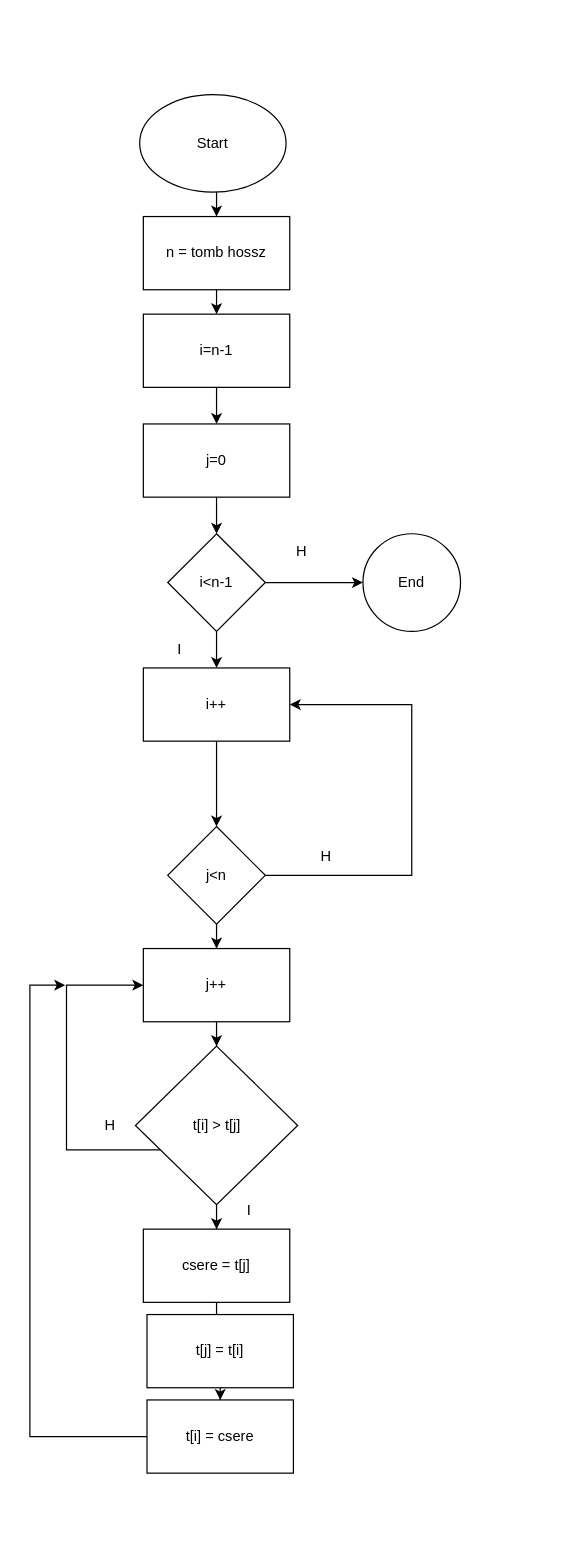
Above: Csere.drawio in Dani-frog/ada (draw.io), before the change. Source tidied: cells renumbered, new cells numbered last; positions are measured from the earlier drawing's top-left corner, leaving out a move shared by most shapes. Both pictures are drawn from the tidied source at 122%, with x=0, y=0 at pixel (29, 94).
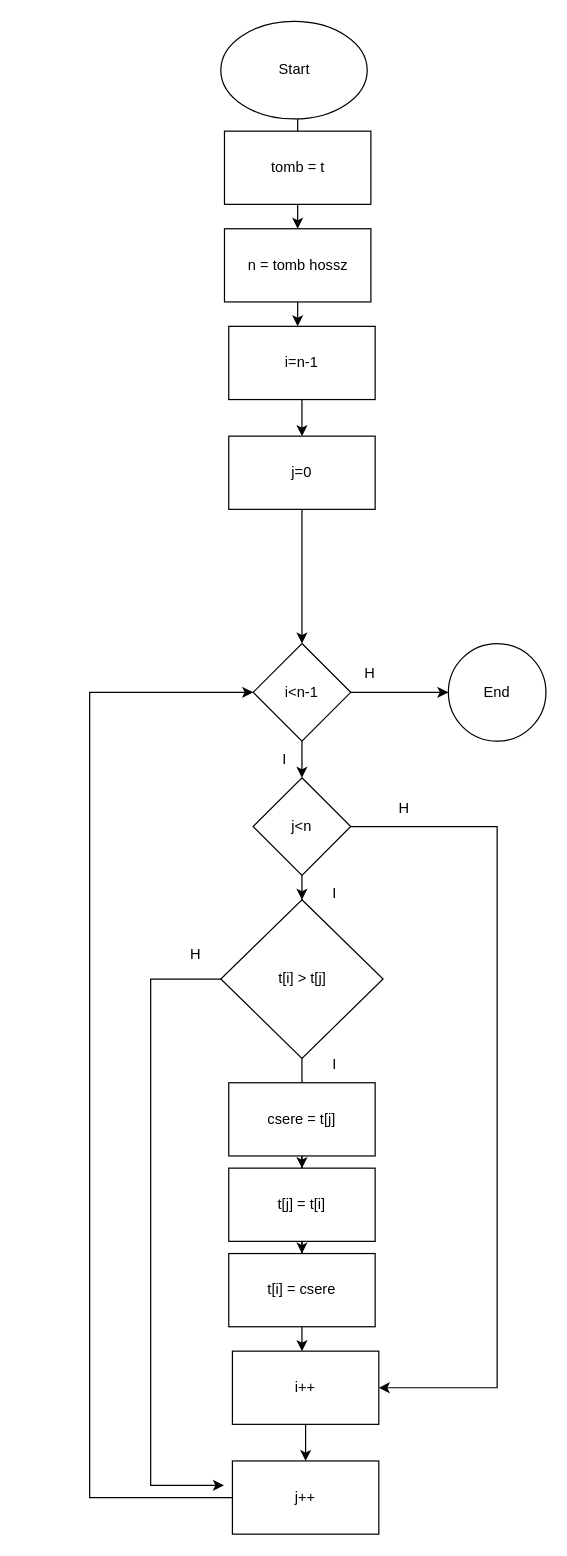
Above is the later version.

Change to the diagram source:
```diff
@@
     <mxCell id="2" style="edgeStyle=orthogonalEdgeStyle;rounded=0;jettySize=auto;html=1;" parent="1" edge="1" source="34" target="5">
       <mxGeometry relative="1" as="geometry">
         <Array as="points">
-          <mxPoint x="153" y="120" />
-          <mxPoint x="153" y="120" />
+          <mxPoint x="219.5" y="130" />
+          <mxPoint x="219.5" y="130" />
         </Array>
       </mxGeometry>
     </mxCell>
     <mxCell id="3" value="Start&lt;br&gt;" style="ellipse;whiteSpace=wrap;html=1;" parent="1" vertex="1">
-      <mxGeometry x="90" width="120" height="80" as="geometry" />
+      <mxGeometry x="156.5" y="-60" width="120" height="80" as="geometry" />
     </mxCell>
@@
     <mxCell id="5" value="i=n-1" style="whiteSpace=wrap;html=1;" parent="1" vertex="1">
-      <mxGeometry x="93" y="180" width="120" height="60" as="geometry" />
+      <mxGeometry x="163" y="190" width="120" height="60" as="geometry" />
     </mxCell>
@@
     <mxCell id="7" value="j=0" style="whiteSpace=wrap;html=1;" parent="1" vertex="1">
-      <mxGeometry x="93" y="270" width="120" height="60" as="geometry" />
+      <mxGeometry x="163" y="280" width="120" height="60" as="geometry" />
     </mxCell>
@@
-    <mxCell id="9" style="edgeStyle=orthogonalEdgeStyle;rounded=0;jettySize=auto;html=1;" parent="1" edge="1" source="10" target="14">
-      <mxGeometry relative="1" as="geometry" />
-    </mxCell>
+    <mxCell id="35" style="edgeStyle=orthogonalEdgeStyle;rounded=0;jettySize=auto;html=1;" parent="1" edge="1" source="24" target="14">
+      <mxGeometry relative="1" as="geometry">
+        <Array as="points">
+          <mxPoint x="223" y="880" />
+          <mxPoint x="223" y="880" />
+        </Array>
+      </mxGeometry>
+    </mxCell>
     <mxCell id="10" value="i&amp;lt;n-1" style="rhombus;whiteSpace=wrap;html=1;" parent="1" vertex="1">
-      <mxGeometry x="113" y="360" width="80" height="80" as="geometry" />
+      <mxGeometry x="183" y="450" width="80" height="80" as="geometry" />
     </mxCell>
     <mxCell id="11" value="End&lt;br&gt;" style="ellipse;whiteSpace=wrap;html=1;" parent="1" vertex="1">
-      <mxGeometry x="273" y="360" width="80" height="80" as="geometry" />
+      <mxGeometry x="343" y="450" width="80" height="80" as="geometry" />
     </mxCell>
-    <mxCell id="12" value="H&lt;br&gt;" style="text;html=1;strokeColor=none;fillColor=none;align=center;verticalAlign=middle;whiteSpace=wrap;rounded=0;" parent="1" vertex="1">
-      <mxGeometry x="193" y="360" width="60" height="30" as="geometry" />
-    </mxCell>
-    <mxCell id="13" style="edgeStyle=orthogonalEdgeStyle;rounded=0;jettySize=auto;html=1;" parent="1" edge="1" source="14" target="18">
-      <mxGeometry relative="1" as="geometry" />
-    </mxCell>
+    <mxCell id="36" value="I&lt;br&gt;" style="text;html=1;strokeColor=none;fillColor=none;align=center;verticalAlign=middle;whiteSpace=wrap;rounded=0;" parent="1" vertex="1">
+      <mxGeometry x="179" y="530" width="60" height="30" as="geometry" />
+    </mxCell>
+    <mxCell id="16" style="edgeStyle=orthogonalEdgeStyle;rounded=0;jettySize=auto;html=1;entryX=1;entryY=0.5;entryDx=0;entryDy=0;" parent="1" edge="1" source="18" target="14">
+      <mxGeometry relative="1" as="geometry">
+        <Array as="points">
+          <mxPoint x="383" y="600" />
+          <mxPoint x="383" y="1060" />
+        </Array>
+      </mxGeometry>
+    </mxCell>
+    <mxCell id="37" style="edgeStyle=orthogonalEdgeStyle;rounded=0;jettySize=auto;html=1;" parent="1" edge="1" source="14" target="21">
+      <mxGeometry relative="1" as="geometry" />
+    </mxCell>
     <mxCell id="14" value="i++&lt;br&gt;" style="whiteSpace=wrap;html=1;" parent="1" vertex="1">
-      <mxGeometry x="93" y="470" width="120" height="60" as="geometry" />
+      <mxGeometry x="166" y="1030" width="120" height="60" as="geometry" />
     </mxCell>
-    <mxCell id="15" value="I&lt;br&gt;" style="text;html=1;strokeColor=none;fillColor=none;align=center;verticalAlign=middle;whiteSpace=wrap;rounded=0;" parent="1" vertex="1">
-      <mxGeometry x="93" y="440" width="60" height="30" as="geometry" />
-    </mxCell>
-    <mxCell id="16" style="edgeStyle=orthogonalEdgeStyle;rounded=0;jettySize=auto;html=1;entryX=1;entryY=0.5;entryDx=0;entryDy=0;" parent="1" edge="1" source="18" target="14">
-      <mxGeometry relative="1" as="geometry">
-        <Array as="points">
-          <mxPoint x="313" y="640" />
-          <mxPoint x="313" y="500" />
-        </Array>
-      </mxGeometry>
-    </mxCell>
-    <mxCell id="17" style="edgeStyle=orthogonalEdgeStyle;rounded=0;jettySize=auto;html=1;" parent="1" edge="1" source="18" target="21">
-      <mxGeometry relative="1" as="geometry" />
-    </mxCell>
-    <mxCell id="18" value="j&amp;lt;n" style="rhombus;whiteSpace=wrap;html=1;" parent="1" vertex="1">
-      <mxGeometry x="113" y="600" width="80" height="80" as="geometry" />
-    </mxCell>
-    <mxCell id="19" value="H" style="text;html=1;strokeColor=none;fillColor=none;align=center;verticalAlign=middle;whiteSpace=wrap;rounded=0;" parent="1" vertex="1">
-      <mxGeometry x="213" y="610" width="60" height="30" as="geometry" />
-    </mxCell>
-    <mxCell id="20" style="edgeStyle=orthogonalEdgeStyle;rounded=0;jettySize=auto;html=1;" parent="1" edge="1" source="21" target="24">
-      <mxGeometry relative="1" as="geometry" />
-    </mxCell>
+    <mxCell id="38" value="H" style="text;html=1;strokeColor=none;fillColor=none;align=center;verticalAlign=middle;whiteSpace=wrap;rounded=0;" parent="1" vertex="1">
+      <mxGeometry x="249" y="460" width="60" height="30" as="geometry" />
+    </mxCell>
+    <mxCell id="39" style="edgeStyle=orthogonalEdgeStyle;rounded=0;jettySize=auto;html=1;entryX=0;entryY=0.5;entryDx=0;entryDy=0;" parent="1" edge="1" source="21" target="10">
+      <mxGeometry relative="1" as="geometry">
+        <Array as="points">
+          <mxPoint x="49" y="1150" />
+          <mxPoint x="49" y="490" />
+        </Array>
+      </mxGeometry>
+    </mxCell>
     <mxCell id="21" value="j++" style="whiteSpace=wrap;html=1;" parent="1" vertex="1">
-      <mxGeometry x="93" y="700" width="120" height="60" as="geometry" />
+      <mxGeometry x="166" y="1120" width="120" height="60" as="geometry" />
     </mxCell>
-    <mxCell id="22" style="edgeStyle=orthogonalEdgeStyle;rounded=0;jettySize=auto;html=1;" parent="1" edge="1" source="24" target="26">
-      <mxGeometry relative="1" as="geometry" />
-    </mxCell>
-    <mxCell id="23" style="edgeStyle=orthogonalEdgeStyle;rounded=0;jettySize=auto;html=1;entryX=0;entryY=0.5;entryDx=0;entryDy=0;" parent="1" edge="1" source="24" target="21">
-      <mxGeometry relative="1" as="geometry">
-        <Array as="points">
-          <mxPoint x="30" y="865" />
-          <mxPoint x="30" y="730" />
-        </Array>
-      </mxGeometry>
-    </mxCell>
-    <mxCell id="24" value="t[i] &amp;gt; t[j]" style="rhombus;whiteSpace=wrap;html=1;" parent="1" vertex="1">
-      <mxGeometry x="86.5" y="780" width="133" height="130" as="geometry" />
-    </mxCell>
+    <mxCell id="40" style="edgeStyle=orthogonalEdgeStyle;rounded=0;jettySize=auto;html=1;" parent="1" edge="1" source="24">
+      <mxGeometry relative="1" as="geometry">
+        <mxPoint x="159" y="1140" as="targetPoint" />
+        <Array as="points">
+          <mxPoint x="99" y="725" />
+          <mxPoint x="99" y="1140" />
+        </Array>
+      </mxGeometry>
+    </mxCell>
@@
     <mxCell id="26" value="csere = t[j]" style="whiteSpace=wrap;html=1;" parent="1" vertex="1">
-      <mxGeometry x="93" y="930" width="120" height="60" as="geometry" />
+      <mxGeometry x="163" y="810" width="120" height="60" as="geometry" />
     </mxCell>
@@
     <mxCell id="28" value="t[j] = t[i]" style="whiteSpace=wrap;html=1;" parent="1" vertex="1">
-      <mxGeometry x="96" y="1000" width="120" height="60" as="geometry" />
+      <mxGeometry x="163" y="880" width="120" height="60" as="geometry" />
     </mxCell>
-    <mxCell id="29" style="edgeStyle=orthogonalEdgeStyle;rounded=0;jettySize=auto;html=1;" parent="1" edge="1" source="30">
-      <mxGeometry relative="1" as="geometry">
-        <mxPoint x="29" y="730" as="targetPoint" />
-        <Array as="points">
-          <mxPoint y="1100" />
-        </Array>
-      </mxGeometry>
-    </mxCell>
     <mxCell id="30" value="t[i] = csere" style="whiteSpace=wrap;html=1;" parent="1" vertex="1">
-      <mxGeometry x="96" y="1070" width="120" height="60" as="geometry" />
+      <mxGeometry x="163" y="950" width="120" height="60" as="geometry" />
     </mxCell>
-    <mxCell id="31" value="I&lt;br&gt;" style="text;html=1;strokeColor=none;fillColor=none;align=center;verticalAlign=middle;whiteSpace=wrap;rounded=0;" parent="1" vertex="1">
-      <mxGeometry x="150" y="900" width="60" height="30" as="geometry" />
-    </mxCell>
-    <mxCell id="32" value="H&lt;br&gt;" style="text;html=1;strokeColor=none;fillColor=none;align=center;verticalAlign=middle;whiteSpace=wrap;rounded=0;" parent="1" vertex="1">
-      <mxGeometry x="36" y="830" width="60" height="30" as="geometry" />
-    </mxCell>
+    <mxCell id="41" value="I&lt;br&gt;" style="text;html=1;strokeColor=none;fillColor=none;align=center;verticalAlign=middle;whiteSpace=wrap;rounded=0;" parent="1" vertex="1">
+      <mxGeometry x="219.5" y="780" width="60" height="30" as="geometry" />
+    </mxCell>
+    <mxCell id="42" value="H&lt;br&gt;" style="text;html=1;strokeColor=none;fillColor=none;align=center;verticalAlign=middle;whiteSpace=wrap;rounded=0;" parent="1" vertex="1">
+      <mxGeometry x="106" y="690" width="60" height="30" as="geometry" />
+    </mxCell>
     <mxCell id="33" style="edgeStyle=orthogonalEdgeStyle;rounded=0;jettySize=auto;html=1;" parent="1" edge="1" source="3" target="34">
       <mxGeometry relative="1" as="geometry">
         <Array as="points">
-          <mxPoint x="153" y="90" />
-          <mxPoint x="153" y="90" />
+          <mxPoint x="219.5" y="100" />
+          <mxPoint x="219.5" y="100" />
         </Array>
       </mxGeometry>
     </mxCell>
     <mxCell id="34" value="n = tomb hossz" style="rounded=0;whiteSpace=wrap;html=1;" parent="1" vertex="1">
-      <mxGeometry x="93" y="100" width="120" height="60" as="geometry" />
+      <mxGeometry x="159.5" y="110" width="120" height="60" as="geometry" />
     </mxCell>
+    <mxCell id="43" value="tomb = t" style="rounded=0;whiteSpace=wrap;html=1;" parent="1" vertex="1">
+      <mxGeometry x="159.5" y="30" width="120" height="60" as="geometry" />
+    </mxCell>
+    <mxCell id="44" style="edgeStyle=orthogonalEdgeStyle;rounded=0;jettySize=auto;html=1;" parent="1" edge="1" source="10" target="18">
+      <mxGeometry relative="1" as="geometry" />
+    </mxCell>
+    <mxCell id="18" value="j&amp;lt;n" style="rhombus;whiteSpace=wrap;html=1;" parent="1" vertex="1">
+      <mxGeometry x="183" y="560" width="80" height="80" as="geometry" />
+    </mxCell>
+    <mxCell id="45" style="edgeStyle=orthogonalEdgeStyle;rounded=0;jettySize=auto;html=1;" parent="1" edge="1" source="18" target="24">
+      <mxGeometry relative="1" as="geometry" />
+    </mxCell>
+    <mxCell id="24" value="t[i] &amp;gt; t[j]" style="rhombus;whiteSpace=wrap;html=1;" parent="1" vertex="1">
+      <mxGeometry x="156.5" y="660" width="133" height="130" as="geometry" />
+    </mxCell>
+    <mxCell id="46" value="H" style="text;html=1;strokeColor=none;fillColor=none;align=center;verticalAlign=middle;whiteSpace=wrap;rounded=0;" parent="1" vertex="1">
+      <mxGeometry x="276.5" y="570" width="60" height="30" as="geometry" />
+    </mxCell>
+    <mxCell id="47" value="I&lt;br&gt;" style="text;html=1;strokeColor=none;fillColor=none;align=center;verticalAlign=middle;whiteSpace=wrap;rounded=0;" parent="1" vertex="1">
+      <mxGeometry x="219.5" y="640" width="60" height="30" as="geometry" />
+    </mxCell>
```
